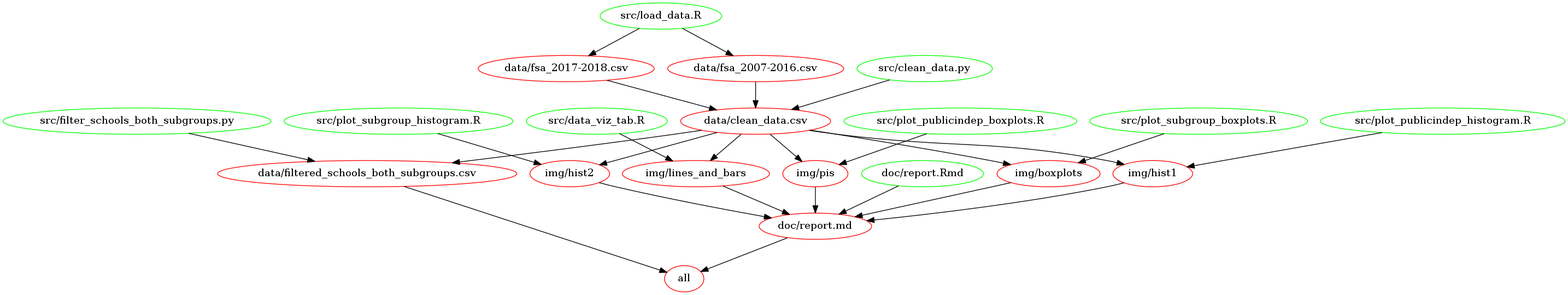
HanyingZhang/DSCI_522_Group304 keeps this Graphviz diagram as Makefile.png. Above is the earlier version. Its source is kept beside it as Makefile.dot.
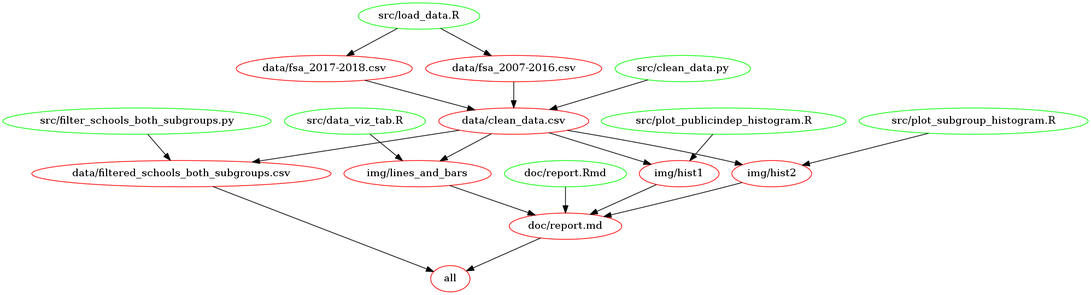
Above is the later version.

Commit message:
Updated Makefile to run dependency diagram

What changed in the source:
```diff
@@ -6,19 +6,15 @@
 n5[label="data/fsa_2017-2018.csv", color="red"];
 n11[label="doc/report.Rmd", color="green"];
 n10[label="doc/report.md", color="red"];
-n16[label="img/boxplots", color="red"];
-n18[label="img/hist1", color="red"];
-n20[label="img/hist2", color="red"];
+n14[label="img/hist1", color="red"];
+n16[label="img/hist2", color="red"];
 n12[label="img/lines_and_bars", color="red"];
-n14[label="img/pis", color="red"];
 n8[label="src/clean_data.py", color="green"];
 n13[label="src/data_viz_tab.R", color="green"];
 n9[label="src/filter_schools_both_subgroups.py", color="green"];
 n6[label="src/load_data.R", color="green"];
-n15[label="src/plot_publicindep_boxplots.R", color="green"];
-n19[label="src/plot_publicindep_histogram.R", color="green"];
-n17[label="src/plot_subgroup_boxplots.R", color="green"];
-n21[label="src/plot_subgroup_histogram.R", color="green"];
+n15[label="src/plot_publicindep_histogram.R", color="green"];
+n17[label="src/plot_subgroup_histogram.R", color="green"];
 n3 -> n2 ;
 n10 -> n2 ;
 n7 -> n4 ;
@@ -29,19 +25,13 @@
 n6 -> n7 ;
 n6 -> n5 ;
 n11 -> n10 ;
+n14 -> n10 ;
 n16 -> n10 ;
-n18 -> n10 ;
-n20 -> n10 ;
 n12 -> n10 ;
-n14 -> n10 ;
+n4 -> n14 ;
+n15 -> n14 ;
 n4 -> n16 ;
 n17 -> n16 ;
-n4 -> n18 ;
-n19 -> n18 ;
-n4 -> n20 ;
-n21 -> n20 ;
 n4 -> n12 ;
 n13 -> n12 ;
-n4 -> n14 ;
-n15 -> n14 ;
 }
```
